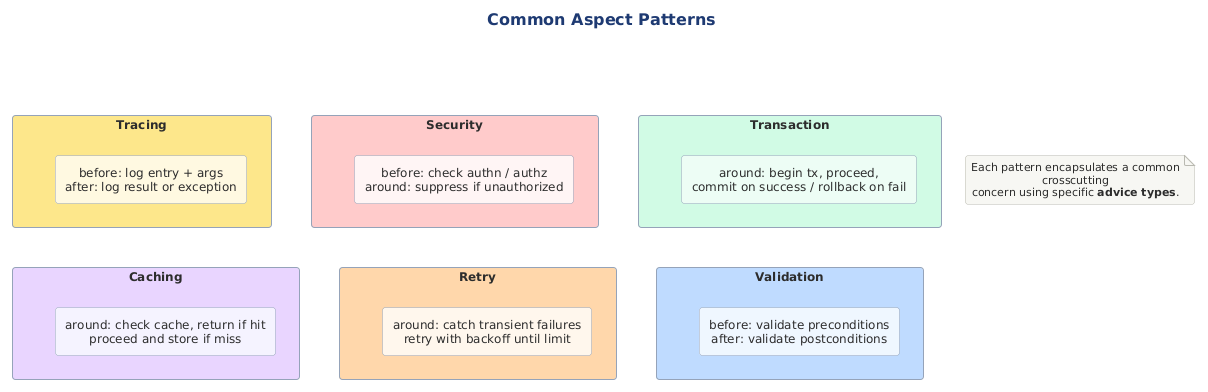
Earlier version of the PlantUML export src/architecture/views-and-beyond/style-catalogs/module/aspects-style/png/common-aspect-patterns.png (Notoriousjayy/latex-docs). The source it was exported from:
```plantuml
@startuml

skinparam rectangleFontColor #1E293B
!include ../../../../../../tooling/styles/plantuml/structural/component-diagram-style.iuml

skinparam rectangleBorderColor #94A3B8

title Common Aspect Patterns

rectangle "**Tracing**" as trace #FDE68A {
  rectangle "before: log entry + args\nafter: log result or exception" as trace_d #FFF8E1
}

rectangle "**Security**" as secpat #FECACA {
  rectangle "before: check authn / authz\naround: suppress if unauthorized" as sec_d #FFF5F5
}

rectangle "**Transaction**" as txpat #D1FAE5 {
  rectangle "around: begin tx, proceed,\ncommit on success / rollback on fail" as tx_d #ECFDF5
}

rectangle "**Caching**" as cachepat #E9D5FF {
  rectangle "around: check cache, return if hit\nproceed and store if miss" as cache_d #F5F3FF
}

rectangle "**Retry**" as retrypat #FED7AA {
  rectangle "around: catch transient failures\nretry with backoff until limit" as retry_d #FFF7ED
}

rectangle "**Validation**" as valpat #BFDBFE {
  rectangle "before: validate preconditions\nafter: validate postconditions" as val_d #EFF6FF
}

trace -[hidden]right-> secpat
secpat -[hidden]right-> txpat
cachepat -[hidden]right-> retrypat
retrypat -[hidden]right-> valpat
trace -[hidden]down-> cachepat

note as legend
  Each pattern encapsulates a common crosscutting
  concern using specific **advice types**.
end note

@enduml
```
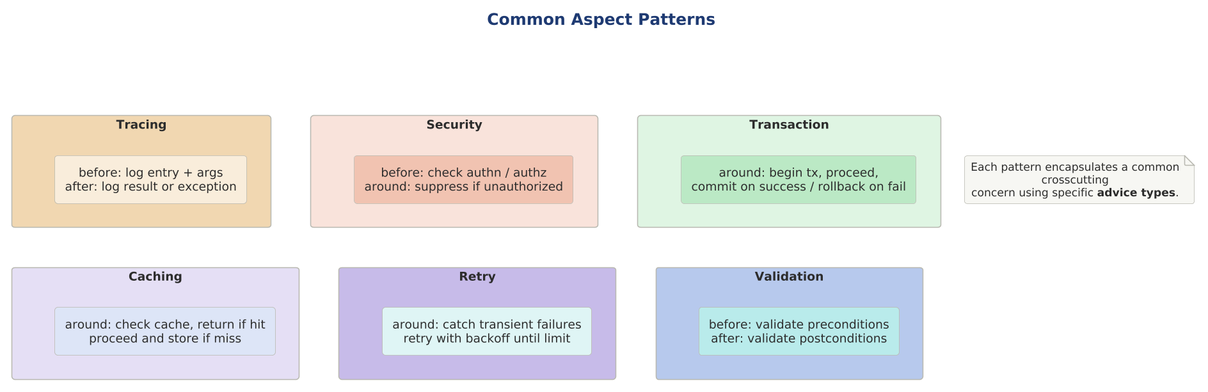
After the change.

Change to the diagram source:
```diff
@@ -1,34 +1,36 @@
 @startuml
 
-skinparam rectangleFontColor #1E293B
+skinparam dpi 150
+
+
+
+
 !include ../../../../../../tooling/styles/plantuml/structural/component-diagram-style.iuml
-
-skinparam rectangleBorderColor #94A3B8
 
 title Common Aspect Patterns
 
-rectangle "**Tracing**" as trace #FDE68A {
-  rectangle "before: log entry + args\nafter: log result or exception" as trace_d #FFF8E1
+rectangle "**Tracing**" as trace $deep_caution {
+  rectangle "before: log entry + args\nafter: log result or exception" as trace_d $fill_caution
 }
 
-rectangle "**Security**" as secpat #FECACA {
-  rectangle "before: check authn / authz\naround: suppress if unauthorized" as sec_d #FFF5F5
+rectangle "**Security**" as secpat $fill_invalid {
+  rectangle "before: check authn / authz\naround: suppress if unauthorized" as sec_d $deep_invalid
 }
 
-rectangle "**Transaction**" as txpat #D1FAE5 {
-  rectangle "around: begin tx, proceed,\ncommit on success / rollback on fail" as tx_d #ECFDF5
+rectangle "**Transaction**" as txpat $fill_ok {
+  rectangle "around: begin tx, proceed,\ncommit on success / rollback on fail" as tx_d $deep_ok
 }
 
-rectangle "**Caching**" as cachepat #E9D5FF {
-  rectangle "around: check cache, return if hit\nproceed and store if miss" as cache_d #F5F3FF
+rectangle "**Caching**" as cachepat $fill_alt {
+  rectangle "around: check cache, return if hit\nproceed and store if miss" as cache_d $fill_primary
 }
 
-rectangle "**Retry**" as retrypat #FED7AA {
-  rectangle "around: catch transient failures\nretry with backoff until limit" as retry_d #FFF7ED
+rectangle "**Retry**" as retrypat $deep_alt {
+  rectangle "around: catch transient failures\nretry with backoff until limit" as retry_d $fill_dynamic
 }
 
-rectangle "**Validation**" as valpat #BFDBFE {
-  rectangle "before: validate preconditions\nafter: validate postconditions" as val_d #EFF6FF
+rectangle "**Validation**" as valpat $deep_primary {
+  rectangle "before: validate preconditions\nafter: validate postconditions" as val_d $deep_dynamic
 }
 
 trace -[hidden]right-> secpat
```
